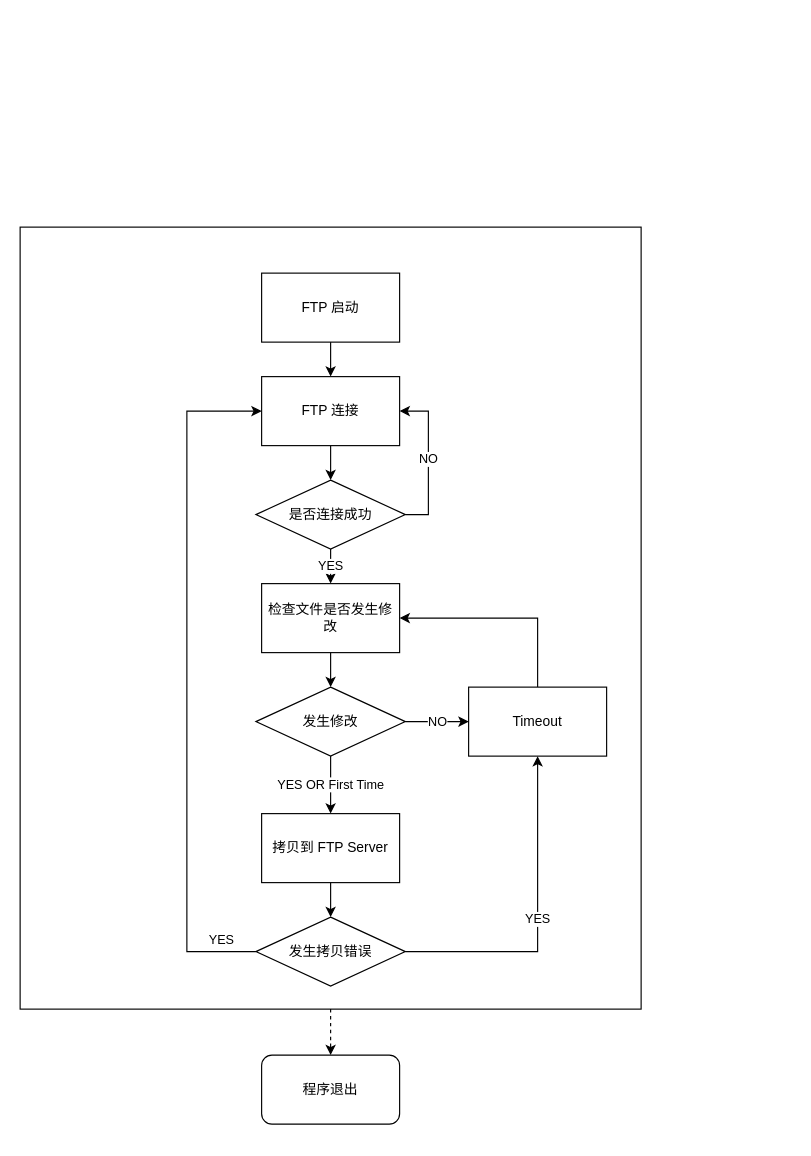
Before: Py-SyncToFTP.drawio in supernevstop/py-SyncToFTP, a draw.io diagram. Source tidied: cells renumbered, new cells numbered last; positions are measured from the earlier drawing's top-left corner, leaving out a move shared by most shapes. Both pictures are drawn from the tidied source at 115%, with x=0, y=0 at pixel (20, 227).
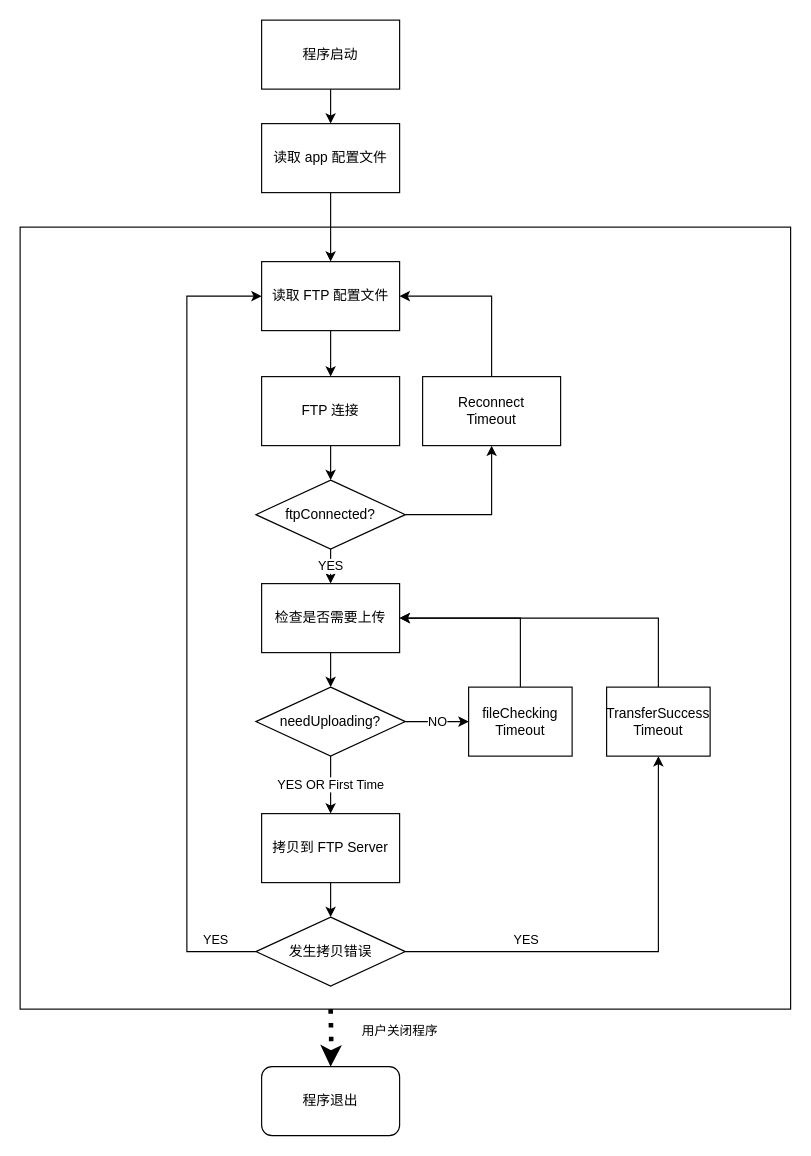
Above is the later version.

The change refers to these unchanged cells:
```xml
<mxCell id="6" value="FTP 连接" style="rounded=0;whiteSpace=wrap;html=1;" parent="1" vertex="1">
  <mxGeometry x="210" y="130" width="120" height="60" as="geometry" />
</mxCell>
<mxCell id="22" value="发生拷贝错误" style="rhombus;whiteSpace=wrap;html=1;" parent="1" vertex="1">
  <mxGeometry x="205" y="600" width="130" height="60" as="geometry" />
</mxCell>
```

Change to the diagram source:
```diff
@@
     <mxCell id="2" style="rounded=0;whiteSpace=wrap;html=1;" parent="1" vertex="1">
-      <mxGeometry width="540" height="680" as="geometry" />
+      <mxGeometry width="670" height="680" as="geometry" />
     </mxCell>
@@
-    <mxCell id="4" value="FTP 启动" style="rounded=0;whiteSpace=wrap;html=1;" parent="1" vertex="1">
-      <mxGeometry x="210" y="40" width="120" height="60" as="geometry" />
+    <mxCell id="4" value="读取 FTP 配置文件" style="rounded=0;whiteSpace=wrap;html=1;" parent="1" vertex="1">
+      <mxGeometry x="210" y="30" width="120" height="60" as="geometry" />
     </mxCell>
@@
-    <mxCell id="7" value="NO" style="edgeStyle=orthogonalEdgeStyle;rounded=0;jettySize=auto;html=1;exitX=1;exitY=0.5;exitDx=0;exitDy=0;entryX=1;entryY=0.5;entryDx=0;entryDy=0;" parent="1" edge="1" source="9" target="6">
-      <mxGeometry relative="1" as="geometry" />
-    </mxCell>
@@
+    <mxCell id="24" style="edgeStyle=orthogonalEdgeStyle;rounded=0;jettySize=auto;html=1;exitX=1;exitY=0.5;exitDx=0;exitDy=0;" parent="1" edge="1" source="9" target="31">
+      <mxGeometry relative="1" as="geometry" />
+    </mxCell>
-    <mxCell id="9" value="是否连接成功" style="rhombus;whiteSpace=wrap;html=1;" parent="1" vertex="1">
+    <mxCell id="9" value="ftpConnected?" style="rhombus;whiteSpace=wrap;html=1;" parent="1" vertex="1">
       <mxGeometry x="205" y="220" width="130" height="60" as="geometry" />
     </mxCell>
@@
-    <mxCell id="11" value="检查文件是否发生修改" style="rounded=0;whiteSpace=wrap;html=1;" parent="1" vertex="1">
+    <mxCell id="11" value="检查是否需要上传" style="rounded=0;whiteSpace=wrap;html=1;" parent="1" vertex="1">
       <mxGeometry x="210" y="310" width="120" height="60" as="geometry" />
     </mxCell>
@@
-    <mxCell id="14" value="发生修改" style="rhombus;whiteSpace=wrap;html=1;" parent="1" vertex="1">
+    <mxCell id="14" value="needUploading?" style="rhombus;whiteSpace=wrap;html=1;" parent="1" vertex="1">
       <mxGeometry x="205" y="400" width="130" height="60" as="geometry" />
     </mxCell>
@@
-    <mxCell id="16" value="Timeout" style="rounded=0;whiteSpace=wrap;html=1;" parent="1" vertex="1">
-      <mxGeometry x="390" y="400" width="120" height="60" as="geometry" />
+    <mxCell id="16" value="fileChecking&lt;br&gt;Timeout" style="rounded=0;whiteSpace=wrap;html=1;" parent="1" vertex="1">
+      <mxGeometry x="390" y="400" width="90" height="60" as="geometry" />
     </mxCell>
@@
-    <mxCell id="19" value="YES" style="edgeStyle=orthogonalEdgeStyle;rounded=0;jettySize=auto;html=1;exitX=0;exitY=0.5;exitDx=0;exitDy=0;entryX=0;entryY=0.5;entryDx=0;entryDy=0;" parent="1" edge="1" source="22" target="6">
+    <mxCell id="19" value="YES" style="edgeStyle=orthogonalEdgeStyle;rounded=0;jettySize=auto;html=1;exitX=0;exitY=0.5;exitDx=0;exitDy=0;entryX=0;entryY=0.5;entryDx=0;entryDy=0;" parent="1" edge="1" source="22" target="4">
       <mxGeometry x="-0.9" y="-10" relative="1" as="geometry">
         <Array as="points">
           <mxPoint x="145" y="630" />
-          <mxPoint x="145" y="160" />
+          <mxPoint x="145" y="60" />
         </Array>
       </mxGeometry>
     </mxCell>
-    <mxCell id="20" value="YES" style="edgeStyle=orthogonalEdgeStyle;rounded=0;jettySize=auto;html=1;exitX=1;exitY=0.5;exitDx=0;exitDy=0;entryX=0.5;entryY=1;entryDx=0;entryDy=0;" parent="1" edge="1" source="22" target="16">
-      <mxGeometry relative="1" as="geometry" />
+    <mxCell id="20" value="YES" style="edgeStyle=orthogonalEdgeStyle;rounded=0;jettySize=auto;html=1;exitX=1;exitY=0.5;exitDx=0;exitDy=0;entryX=0.5;entryY=1;entryDx=0;entryDy=0;" parent="1" edge="1" source="22" target="33">
+      <mxGeometry x="-0.46" y="10" relative="1" as="geometry" />
     </mxCell>
-    <mxCell id="21" style="edgeStyle=orthogonalEdgeStyle;rounded=0;jettySize=auto;html=1;dashed=1;exitX=0.5;exitY=1;exitDx=0;exitDy=0;" parent="1" edge="1" source="2" target="23">
-      <mxGeometry relative="1" as="geometry" />
-    </mxCell>
+    <mxCell id="25" value="用户关闭程序" style="edgeStyle=orthogonalEdgeStyle;rounded=0;jettySize=auto;html=1;dashed=1;dashPattern=1 2;strokeWidth=4;" parent="1" edge="1" target="23">
+      <mxGeometry x="-0.2" y="60" relative="1" as="geometry">
+        <mxPoint x="270" y="680" as="sourcePoint" />
+      </mxGeometry>
+    </mxCell>
@@
     <mxCell id="23" value="程序退出" style="rounded=1;whiteSpace=wrap;html=1;" parent="1" vertex="1">
-      <mxGeometry x="210" y="720" width="120" height="60" as="geometry" />
+      <mxGeometry x="210" y="730" width="120" height="60" as="geometry" />
     </mxCell>
+    <mxCell id="26" style="edgeStyle=orthogonalEdgeStyle;rounded=0;jettySize=auto;html=1;" parent="1" edge="1" source="27" target="29">
+      <mxGeometry relative="1" as="geometry" />
+    </mxCell>
+    <mxCell id="27" value="程序启动" style="rounded=0;whiteSpace=wrap;html=1;" parent="1" vertex="1">
+      <mxGeometry x="210" y="-180" width="120" height="60" as="geometry" />
+    </mxCell>
+    <mxCell id="28" style="edgeStyle=orthogonalEdgeStyle;rounded=0;jettySize=auto;html=1;exitX=0.5;exitY=1;exitDx=0;exitDy=0;" parent="1" edge="1" source="29" target="4">
+      <mxGeometry relative="1" as="geometry" />
+    </mxCell>
+    <mxCell id="29" value="读取 app 配置文件" style="rounded=0;whiteSpace=wrap;html=1;" parent="1" vertex="1">
+      <mxGeometry x="210" y="-90" width="120" height="60" as="geometry" />
+    </mxCell>
+    <mxCell id="30" style="edgeStyle=orthogonalEdgeStyle;rounded=0;jettySize=auto;html=1;exitX=0.5;exitY=0;exitDx=0;exitDy=0;entryX=1;entryY=0.5;entryDx=0;entryDy=0;" parent="1" edge="1" source="31" target="4">
+      <mxGeometry relative="1" as="geometry" />
+    </mxCell>
+    <mxCell id="31" value="Reconnect&lt;br&gt;Timeout" style="rounded=0;whiteSpace=wrap;html=1;" parent="1" vertex="1">
+      <mxGeometry x="350" y="130" width="120" height="60" as="geometry" />
+    </mxCell>
+    <mxCell id="32" style="edgeStyle=orthogonalEdgeStyle;rounded=0;jettySize=auto;html=1;exitX=0.5;exitY=0;exitDx=0;exitDy=0;entryX=1;entryY=0.5;entryDx=0;entryDy=0;" parent="1" edge="1" source="33" target="11">
+      <mxGeometry relative="1" as="geometry" />
+    </mxCell>
+    <mxCell id="33" value="TransferSuccess&lt;br&gt;Timeout" style="rounded=0;whiteSpace=wrap;html=1;" parent="1" vertex="1">
+      <mxGeometry x="510" y="400" width="90" height="60" as="geometry" />
+    </mxCell>
```
